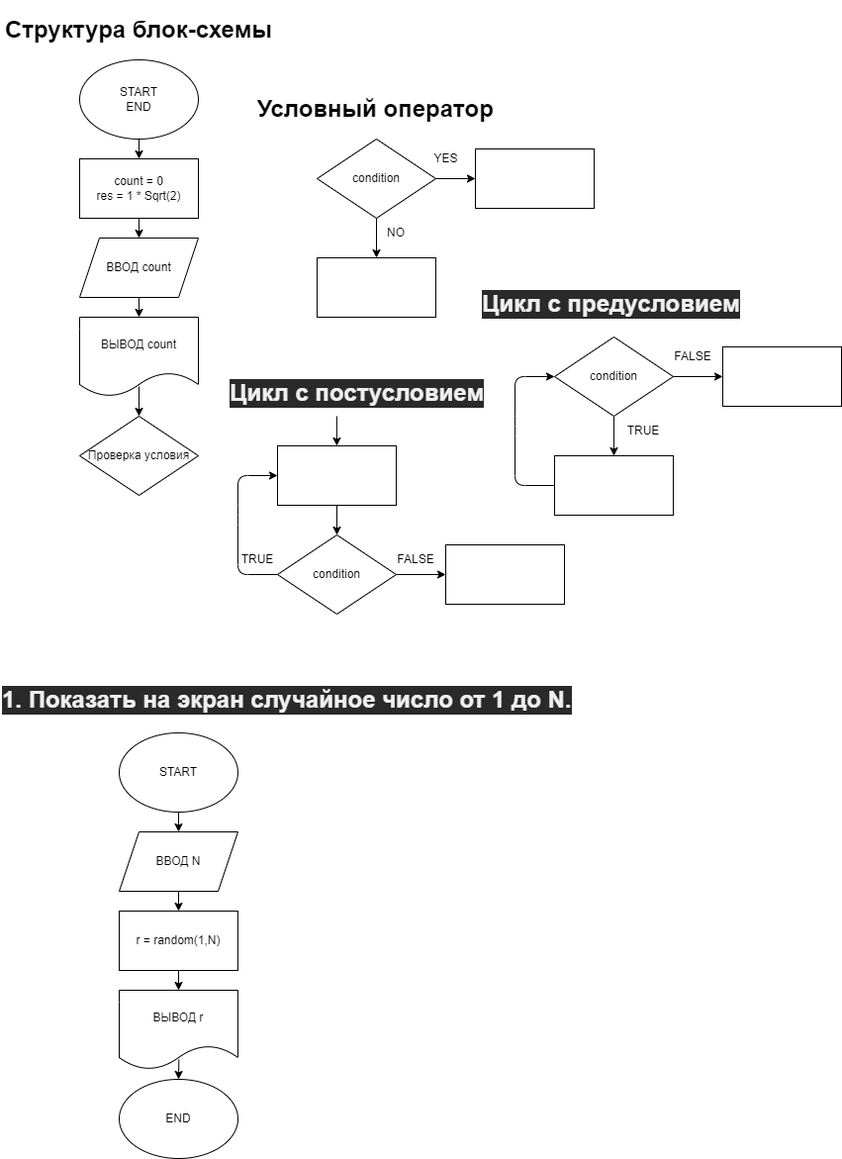
Evangelinka/practicum keeps this draw.io diagram as ex000.drawio.png. Above is the earlier version. Source tidied: cells renumbered, new cells last; positions are measured from the earlier drawing's top-left corner, leaving out a move shared by most shapes.
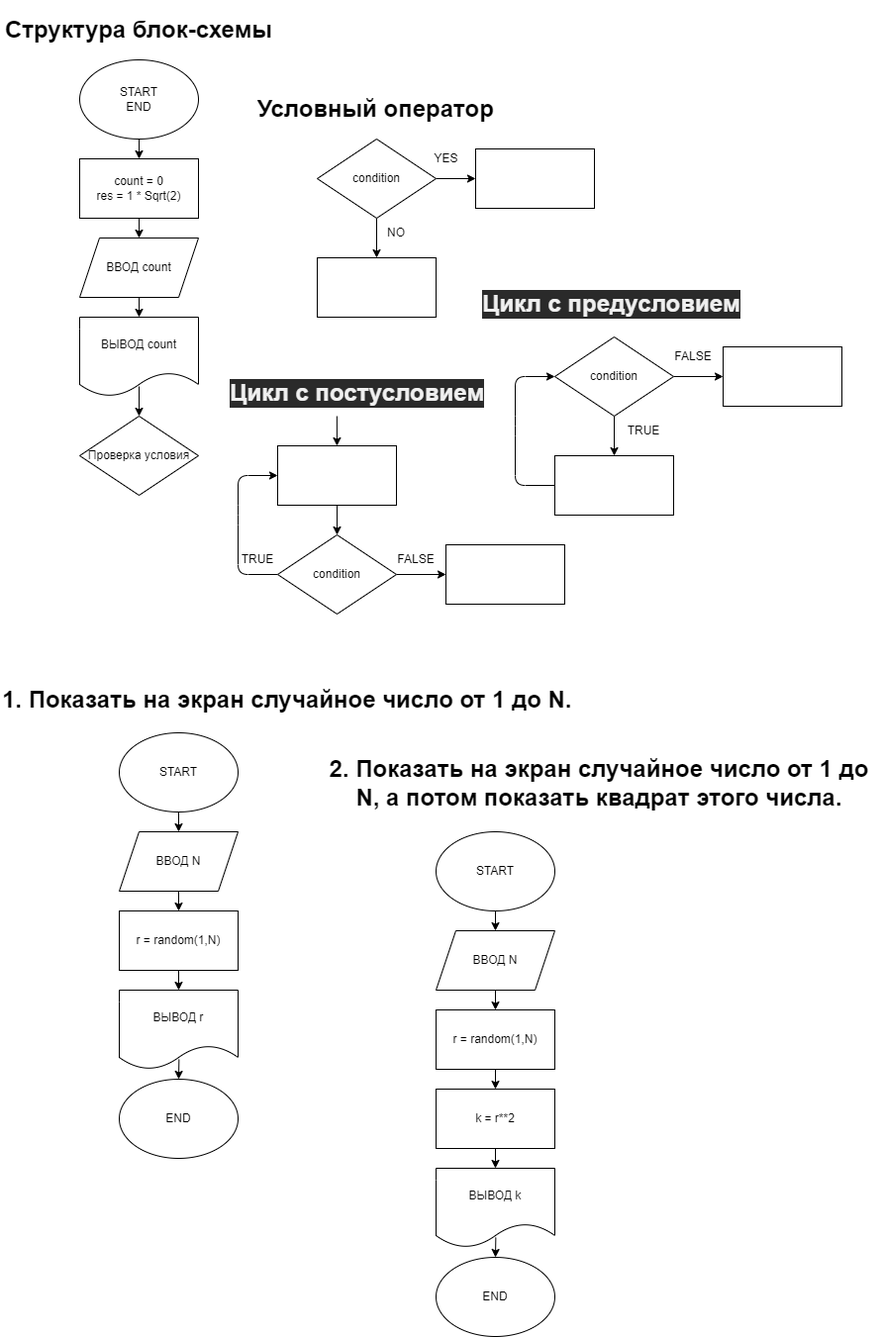
After the commit.

Commit message:
решили задачу 2

Change to the diagram source:
```diff
@@ -127,7 +127,7 @@
     <mxCell id="38" value="FALSE" style="text;html=1;strokeColor=none;fillColor=none;align=center;verticalAlign=middle;whiteSpace=wrap;rounded=0;" parent="1" vertex="1">
       <mxGeometry x="390" y="540" width="60" height="30" as="geometry" />
     </mxCell>
-    <mxCell id="39" value="&lt;h1 style=&quot;color: rgb(240 , 240 , 240) ; font-family: &amp;#34;helvetica&amp;#34; ; font-style: normal ; letter-spacing: normal ; text-align: left ; text-indent: 0px ; text-transform: none ; word-spacing: 0px ; background-color: rgb(42 , 42 , 42)&quot;&gt;1. Показать на экран случайное число от 1 до N.&lt;/h1&gt;" style="text;whiteSpace=wrap;html=1;" parent="1" vertex="1">
+    <mxCell id="39" value="&lt;h1 style=&quot;font-family: &amp;#34;helvetica&amp;#34;&quot;&gt;1. Показать на экран случайное число от 1 до N.&lt;/h1&gt;" style="text;whiteSpace=wrap;html=1;" parent="1" vertex="1">
       <mxGeometry y="660" width="580" height="60" as="geometry" />
     </mxCell>
     <mxCell id="40" style="edgeStyle=none;html=1;exitX=0.5;exitY=1;exitDx=0;exitDy=0;entryX=0.5;entryY=0;entryDx=0;entryDy=0;" parent="1" edge="1" source="41">
@@ -159,5 +159,43 @@
     <mxCell id="48" value="END" style="ellipse;whiteSpace=wrap;html=1;" parent="1" vertex="1">
       <mxGeometry x="120" y="1080" width="120" height="80" as="geometry" />
     </mxCell>
+    <mxCell id="49" value="&lt;h1 style=&quot;font-family: &amp;#34;helvetica&amp;#34;&quot;&gt;2. Показать на экран случайное число от 1 до N, а потом показать квадрат этого числа.&lt;/h1&gt;" style="text;whiteSpace=wrap;html=1;align=center;" parent="1" vertex="1">
+      <mxGeometry x="320" y="730" width="570" height="90" as="geometry" />
+    </mxCell>
+    <mxCell id="50" style="edgeStyle=none;html=1;exitX=0.5;exitY=1;exitDx=0;exitDy=0;entryX=0.5;entryY=0;entryDx=0;entryDy=0;" parent="1" edge="1" source="51">
+      <mxGeometry relative="1" as="geometry">
+        <mxPoint x="500" y="930" as="targetPoint" />
+      </mxGeometry>
+    </mxCell>
+    <mxCell id="51" value="START" style="ellipse;whiteSpace=wrap;html=1;" parent="1" vertex="1">
+      <mxGeometry x="440" y="830" width="120" height="80" as="geometry" />
+    </mxCell>
+    <mxCell id="52" style="edgeStyle=none;html=1;exitX=0.5;exitY=1;exitDx=0;exitDy=0;entryX=0.5;entryY=0;entryDx=0;entryDy=0;" parent="1" edge="1" source="53" target="57">
+      <mxGeometry relative="1" as="geometry" />
+    </mxCell>
+    <mxCell id="53" value="ВВОД N" style="shape=parallelogram;perimeter=parallelogramPerimeter;whiteSpace=wrap;html=1;fixedSize=1;" parent="1" vertex="1">
+      <mxGeometry x="440" y="930" width="120" height="60" as="geometry" />
+    </mxCell>
+    <mxCell id="54" style="edgeStyle=none;html=1;exitX=0.503;exitY=0.875;exitDx=0;exitDy=0;entryX=0.5;entryY=0;entryDx=0;entryDy=0;exitPerimeter=0;" parent="1" edge="1" source="55" target="58">
+      <mxGeometry relative="1" as="geometry" />
+    </mxCell>
+    <mxCell id="55" value="ВЫВОД k" style="shape=document;whiteSpace=wrap;html=1;boundedLbl=1;" parent="1" vertex="1">
+      <mxGeometry x="440" y="1170" width="120" height="80" as="geometry" />
+    </mxCell>
+    <mxCell id="56" style="edgeStyle=none;html=1;exitX=0.5;exitY=1;exitDx=0;exitDy=0;entryX=0.5;entryY=0;entryDx=0;entryDy=0;" parent="1" edge="1" source="57" target="60">
+      <mxGeometry relative="1" as="geometry" />
+    </mxCell>
+    <mxCell id="57" value="r = random(1,N)" style="rounded=0;whiteSpace=wrap;html=1;" parent="1" vertex="1">
+      <mxGeometry x="440" y="1010" width="120" height="60" as="geometry" />
+    </mxCell>
+    <mxCell id="58" value="END" style="ellipse;whiteSpace=wrap;html=1;" parent="1" vertex="1">
+      <mxGeometry x="440" y="1260" width="120" height="80" as="geometry" />
+    </mxCell>
+    <mxCell id="59" style="edgeStyle=none;html=1;exitX=0.5;exitY=1;exitDx=0;exitDy=0;entryX=0.5;entryY=0;entryDx=0;entryDy=0;" parent="1" edge="1" source="60" target="55">
+      <mxGeometry relative="1" as="geometry" />
+    </mxCell>
+    <mxCell id="60" value="k = r**2" style="rounded=0;whiteSpace=wrap;html=1;" parent="1" vertex="1">
+      <mxGeometry x="440" y="1090" width="120" height="60" as="geometry" />
+    </mxCell>
   </root>
 </mxGraphModel>
```
